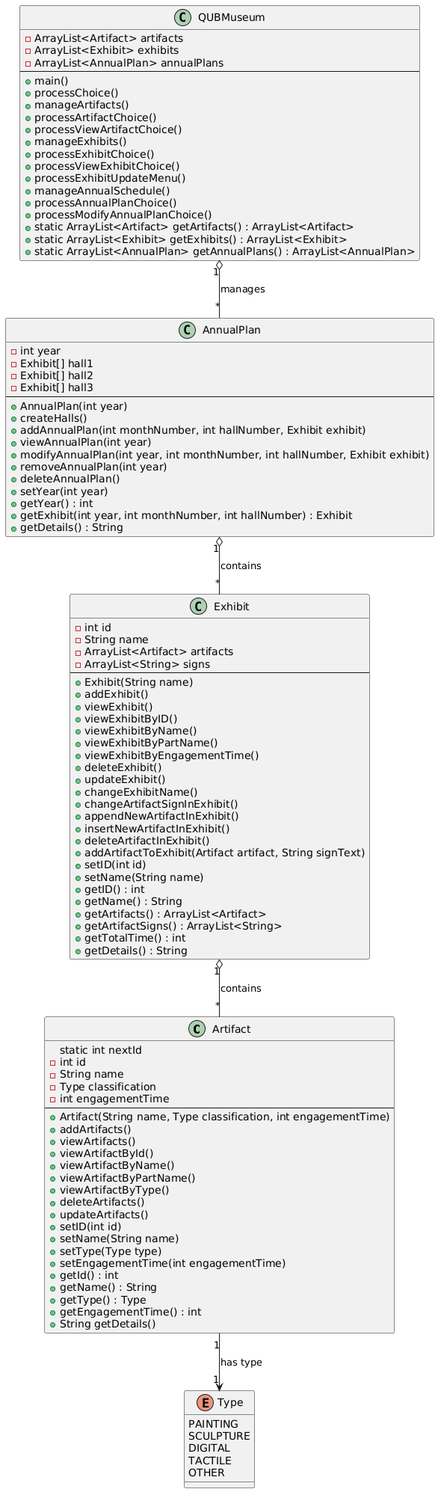
Above: part01/PNGplantuml.png in harrisonwhwright/CSC1027-Coursework (PlantUML), before the change. The source it was exported from:
```plantuml
@startuml
class Artifact {
    static int nextId
    - int id
    - String name
    - Type classification
    - int engagementTime
    --
    + Artifact(String name, Type classification, int engagementTime)
    + addArtifacts()
    + viewArtifacts()
    + viewArtifactById()
    + viewArtifactByName()
    + viewArtifactByPartName()
    + viewArtifactByType()
    + deleteArtifacts()
    + updateArtifacts()
    + setID(int id)
    + setName(String name)
    + setType(Type type)
    + setEngagementTime(int engagementTime)
    + getId() : int
    + getName() : String
    + getType() : Type
    + getEngagementTime() : int
    + String getDetails()
}

enum Type {
    PAINTING
    SCULPTURE
    DIGITAL
    TACTILE
    OTHER
}

class Exhibit {
    - int id
    - String name
    - ArrayList<Artifact> artifacts
    - ArrayList<String> signs
    --
    + Exhibit(String name)
    + addExhibit()
    + viewExhibit()
    + viewExhibitByID()
    + viewExhibitByName()
    + viewExhibitByPartName()
    + viewExhibitByEngagementTime()
    + deleteExhibit()
    + updateExhibit()
    + changeExhibitName()
    + changeArtifactSignInExhibit()
    + appendNewArtifactInExhibit()
    + insertNewArtifactInExhibit()
    + deleteArtifactInExhibit()
    + addArtifactToExhibit(Artifact artifact, String signText)
    + setID(int id)
    + setName(String name)
    + getID() : int
    + getName() : String
    + getArtifacts() : ArrayList<Artifact>
    + getArtifactSigns() : ArrayList<String>
    + getTotalTime() : int
    + getDetails() : String
}

class AnnualPlan {
    - int year
    - Exhibit[] hall1
    - Exhibit[] hall2
    - Exhibit[] hall3
    --
    + AnnualPlan(int year)
    + createHalls()
    + addAnnualPlan(int monthNumber, int hallNumber, Exhibit exhibit)
    + viewAnnualPlan(int year)
    + modifyAnnualPlan(int year, int monthNumber, int hallNumber, Exhibit exhibit)
    + removeAnnualPlan(int year)
    + deleteAnnualPlan()
    + setYear(int year)
    + getYear() : int
    + getExhibit(int year, int monthNumber, int hallNumber) : Exhibit
    + getDetails() : String
}

class QUBMuseum {
    - ArrayList<Artifact> artifacts
    - ArrayList<Exhibit> exhibits
    - ArrayList<AnnualPlan> annualPlans
    --
    + main()
    + processChoice()
    + manageArtifacts()
    + processArtifactChoice()
    + processViewArtifactChoice()
    + manageExhibits()
    + processExhibitChoice()
    + processViewExhibitChoice()
    + processExhibitUpdateMenu()
    + manageAnnualSchedule()
    + processAnnualPlanChoice()
    + processModifyAnnualPlanChoice()
    + static ArrayList<Artifact> getArtifacts() : ArrayList<Artifact>
    + static ArrayList<Exhibit> getExhibits() : ArrayList<Exhibit>
    + static ArrayList<AnnualPlan> getAnnualPlans() : ArrayList<AnnualPlan>
}

Artifact "1" --> "1" Type : has type

Exhibit "1" o-- "*" Artifact : contains

AnnualPlan "1" o-- "*" Exhibit : contains

QUBMuseum "1" o-- "*" AnnualPlan : manages
@enduml
```
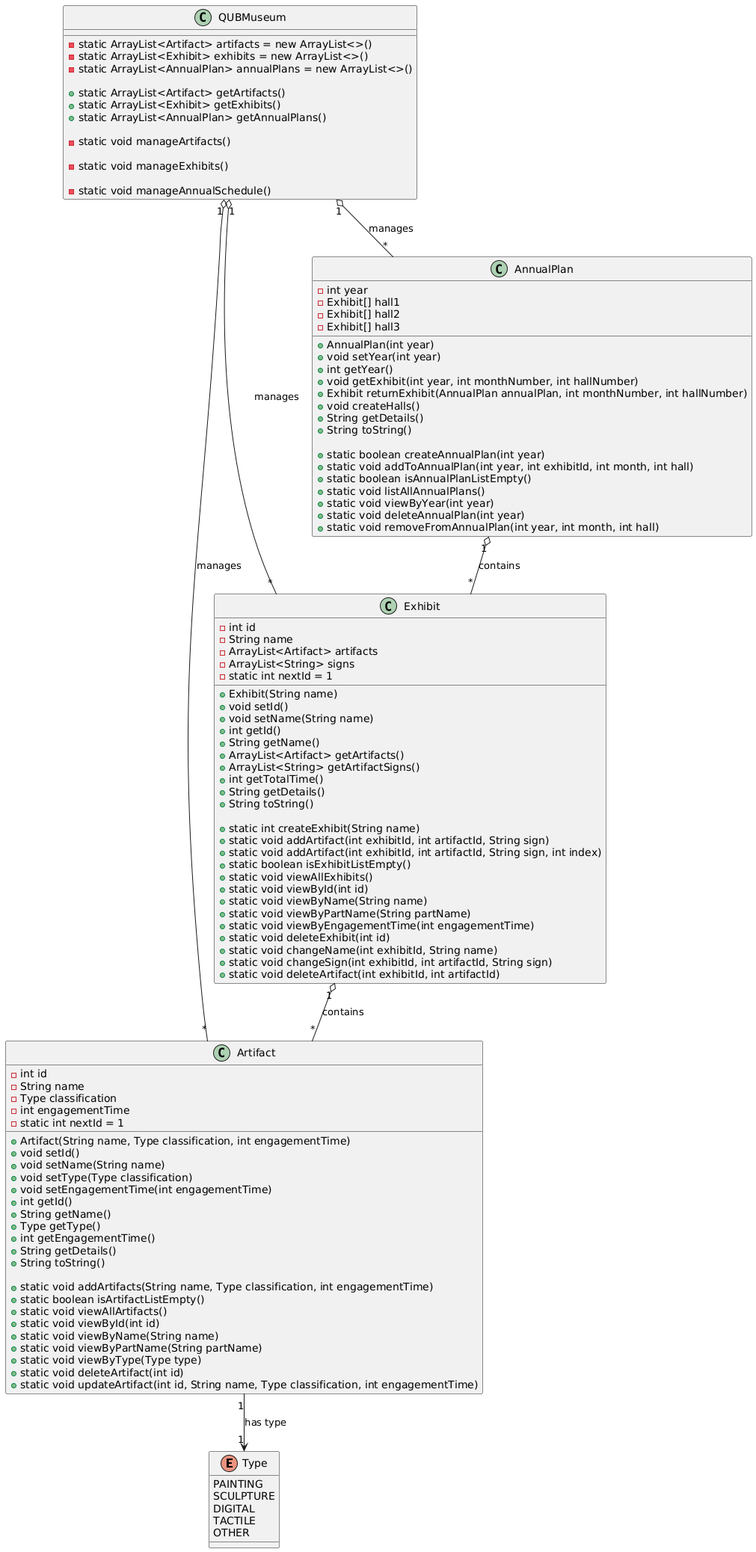
After the change.

Change to the diagram source:
```diff
@@ -1,31 +1,4 @@
 @startuml
-class Artifact {
-    static int nextId
-    - int id
-    - String name
-    - Type classification
-    - int engagementTime
-    --
-    + Artifact(String name, Type classification, int engagementTime)
-    + addArtifacts()
-    + viewArtifacts()
-    + viewArtifactById()
-    + viewArtifactByName()
-    + viewArtifactByPartName()
-    + viewArtifactByType()
-    + deleteArtifacts()
-    + updateArtifacts()
-    + setID(int id)
-    + setName(String name)
-    + setType(Type type)
-    + setEngagementTime(int engagementTime)
-    + getId() : int
-    + getName() : String
-    + getType() : Type
-    + getEngagementTime() : int
-    + String getDetails()
-}
-
 enum Type {
     PAINTING
     SCULPTURE
@@ -34,35 +7,67 @@
     OTHER
 }
 
+class Artifact {
+    - int id
+    - String name
+    - Type classification
+    - int engagementTime
+    - static int nextId = 1
+
+    + Artifact(String name, Type classification, int engagementTime)
+    + void setId()
+    + void setName(String name)
+    + void setType(Type classification)
+    + void setEngagementTime(int engagementTime)
+    + int getId()
+    + String getName()
+    + Type getType()
+    + int getEngagementTime()
+    + String getDetails()
+    + String toString()
+
+    + static void addArtifacts(String name, Type classification, int engagementTime)
+    + static boolean isArtifactListEmpty()
+    + static void viewAllArtifacts()
+    + static void viewById(int id)
+    + static void viewByName(String name)
+    + static void viewByPartName(String partName)
+    + static void viewByType(Type type)
+    + static void deleteArtifact(int id)
+    + static void updateArtifact(int id, String name, Type classification, int engagementTime)
+}
+
 class Exhibit {
     - int id
     - String name
     - ArrayList<Artifact> artifacts
     - ArrayList<String> signs
-    --
+    - static int nextId = 1
+
     + Exhibit(String name)
-    + addExhibit()
-    + viewExhibit()
-    + viewExhibitByID()
-    + viewExhibitByName()
-    + viewExhibitByPartName()
-    + viewExhibitByEngagementTime()
-    + deleteExhibit()
-    + updateExhibit()
-    + changeExhibitName()
-    + changeArtifactSignInExhibit()
-    + appendNewArtifactInExhibit()
-    + insertNewArtifactInExhibit()
-    + deleteArtifactInExhibit()
-    + addArtifactToExhibit(Artifact artifact, String signText)
-    + setID(int id)
-    + setName(String name)
-    + getID() : int
-    + getName() : String
-    + getArtifacts() : ArrayList<Artifact>
-    + getArtifactSigns() : ArrayList<String>
-    + getTotalTime() : int
-    + getDetails() : String
+    + void setId()
+    + void setName(String name)
+    + int getId()
+    + String getName()
+    + ArrayList<Artifact> getArtifacts()
+    + ArrayList<String> getArtifactSigns()
+    + int getTotalTime()
+    + String getDetails()
+    + String toString()
+
+    + static int createExhibit(String name)
+    + static void addArtifact(int exhibitId, int artifactId, String sign)
+    + static void addArtifact(int exhibitId, int artifactId, String sign, int index)
+    + static boolean isExhibitListEmpty()
+    + static void viewAllExhibits()
+    + static void viewById(int id)
+    + static void viewByName(String name)
+    + static void viewByPartName(String partName)
+    + static void viewByEngagementTime(int engagementTime)
+    + static void deleteExhibit(int id)
+    + static void changeName(int exhibitId, String name)
+    + static void changeSign(int exhibitId, int artifactId, String sign)
+    + static void deleteArtifact(int exhibitId, int artifactId)
 }
 
 class AnnualPlan {
@@ -70,40 +75,39 @@
     - Exhibit[] hall1
     - Exhibit[] hall2
     - Exhibit[] hall3
-    --
+
     + AnnualPlan(int year)
-    + createHalls()
-    + addAnnualPlan(int monthNumber, int hallNumber, Exhibit exhibit)
-    + viewAnnualPlan(int year)
-    + modifyAnnualPlan(int year, int monthNumber, int hallNumber, Exhibit exhibit)
-    + removeAnnualPlan(int year)
-    + deleteAnnualPlan()
-    + setYear(int year)
-    + getYear() : int
-    + getExhibit(int year, int monthNumber, int hallNumber) : Exhibit
-    + getDetails() : String
+    + void setYear(int year)
+    + int getYear()
+    + void getExhibit(int year, int monthNumber, int hallNumber)
+    + Exhibit returnExhibit(AnnualPlan annualPlan, int monthNumber, int hallNumber)
+    + void createHalls()
+    + String getDetails()
+    + String toString()
+
+    + static boolean createAnnualPlan(int year)
+    + static void addToAnnualPlan(int year, int exhibitId, int month, int hall)
+    + static boolean isAnnualPlanListEmpty()
+    + static void listAllAnnualPlans()
+    + static void viewByYear(int year)
+    + static void deleteAnnualPlan(int year)
+    + static void removeFromAnnualPlan(int year, int month, int hall)
 }
 
 class QUBMuseum {
-    - ArrayList<Artifact> artifacts
-    - ArrayList<Exhibit> exhibits
-    - ArrayList<AnnualPlan> annualPlans
-    --
-    + main()
-    + processChoice()
-    + manageArtifacts()
-    + processArtifactChoice()
-    + processViewArtifactChoice()
-    + manageExhibits()
-    + processExhibitChoice()
-    + processViewExhibitChoice()
-    + processExhibitUpdateMenu()
-    + manageAnnualSchedule()
-    + processAnnualPlanChoice()
-    + processModifyAnnualPlanChoice()
-    + static ArrayList<Artifact> getArtifacts() : ArrayList<Artifact>
-    + static ArrayList<Exhibit> getExhibits() : ArrayList<Exhibit>
-    + static ArrayList<AnnualPlan> getAnnualPlans() : ArrayList<AnnualPlan>
+    - static ArrayList<Artifact> artifacts = new ArrayList<>()
+    - static ArrayList<Exhibit> exhibits = new ArrayList<>()
+    - static ArrayList<AnnualPlan> annualPlans = new ArrayList<>()
+
+    + static ArrayList<Artifact> getArtifacts()
+    + static ArrayList<Exhibit> getExhibits()
+    + static ArrayList<AnnualPlan> getAnnualPlans()
+
+    - static void manageArtifacts()
+
+    - static void manageExhibits()
+
+    - static void manageAnnualSchedule()
 }
 
 Artifact "1" --> "1" Type : has type
@@ -113,4 +117,6 @@
 AnnualPlan "1" o-- "*" Exhibit : contains
 
 QUBMuseum "1" o-- "*" AnnualPlan : manages
+QUBMuseum "1" o-- "*" Exhibit: manages
+QUBMuseum "1" o-- "*" Artifact: manages
 @enduml
```
